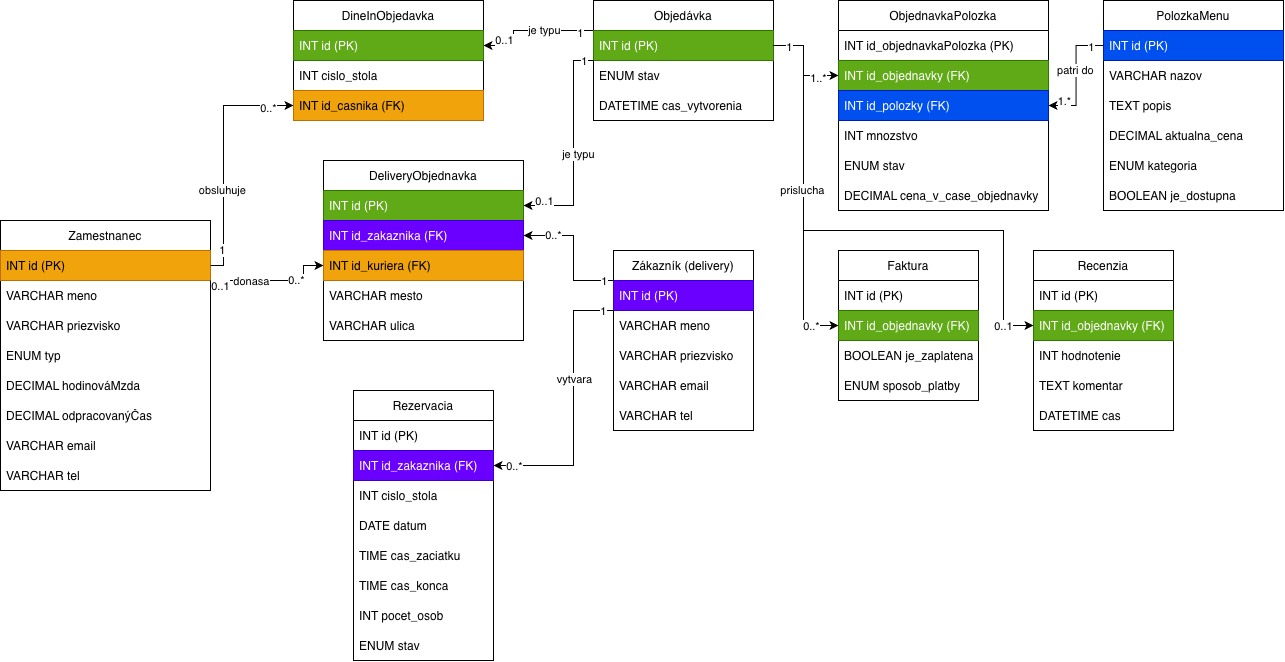
The draw.io diagram assets/relacny_model.png in xboldog/DBS-assignment, before a commit. Source tidied: cells renumbered, new cells last; positions are measured from the earlier drawing's top-left corner, leaving out a move shared by most shapes.
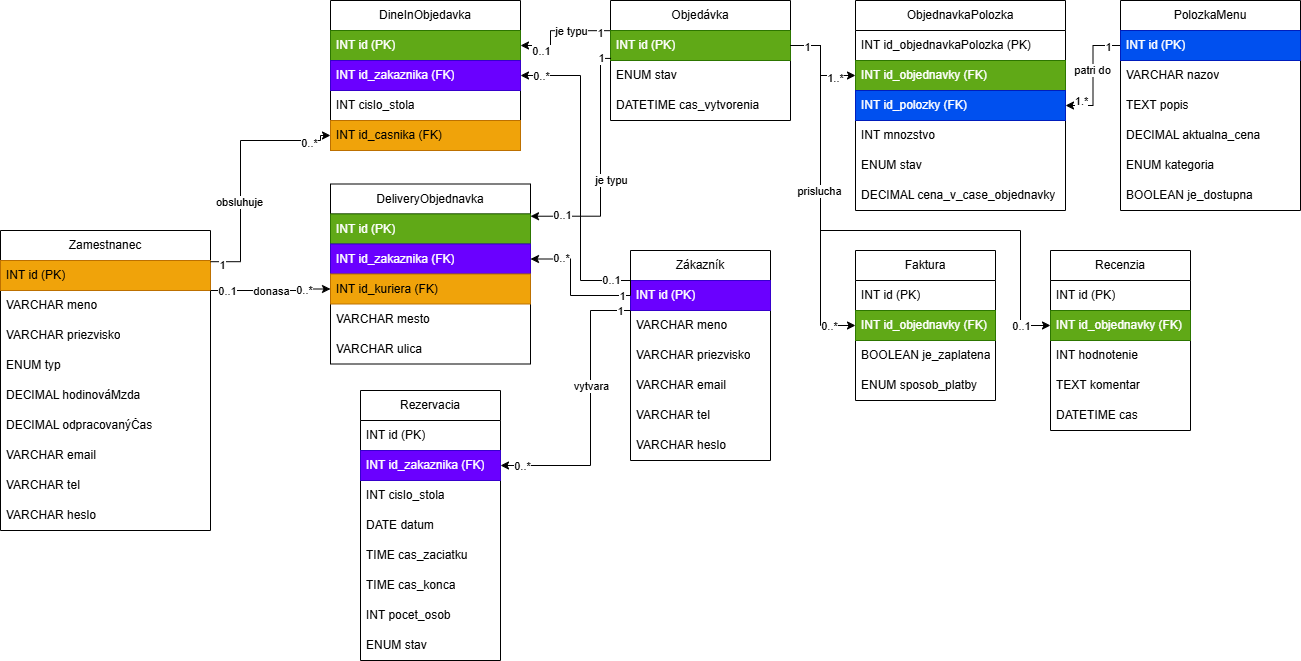
Later version of the same file.

Commit message:
Zmenenený relačný model

Change to the diagram source:
```diff
@@ -2,8 +2,8 @@
   <root>
     <mxCell id="0" />
     <mxCell id="1" parent="0" />
-    <mxCell id="2" value="Zákazník (delivery)" style="swimlane;fontStyle=0;horizontal=1;startSize=30;whiteSpace=wrap;html=1;" parent="1" vertex="1">
-      <mxGeometry x="613" y="250" width="140" height="180" as="geometry" />
+    <mxCell id="2" value="Zákazník" style="swimlane;fontStyle=0;horizontal=1;startSize=30;whiteSpace=wrap;html=1;" parent="1" vertex="1">
+      <mxGeometry x="613" y="250" width="140" height="210" as="geometry" />
     </mxCell>
     <mxCell id="3" value="INT id (PK)" style="text;strokeColor=#3700CC;fillColor=#6a00ff;align=left;verticalAlign=middle;spacingLeft=4;spacingRight=4;overflow=hidden;points=[[0,0.5],[1,0.5]];portConstraint=eastwest;whiteSpace=wrap;html=1;fontColor=#ffffff;" parent="2" vertex="1">
       <mxGeometry y="30" width="140" height="30" as="geometry" />
@@ -17,15 +17,17 @@
     <mxCell id="6" value="VARCHAR email" style="text;strokeColor=none;fillColor=none;align=left;verticalAlign=middle;spacingLeft=4;spacingRight=4;overflow=hidden;whiteSpace=wrap;html=1;" parent="2" vertex="1">
       <mxGeometry y="120" width="140" height="30" as="geometry" />
     </mxCell>
+    <mxCell id="100" value="VARCHAR tel" style="text;strokeColor=none;fillColor=none;align=left;verticalAlign=middle;spacingLeft=4;spacingRight=4;overflow=hidden;whiteSpace=wrap;html=1;" parent="2" vertex="1">
+      <mxGeometry y="150" width="140" height="30" as="geometry" />
+    </mxCell>
-    <mxCell id="7" value="VARCHAR tel" style="text;strokeColor=none;fillColor=none;align=left;verticalAlign=middle;spacingLeft=4;spacingRight=4;overflow=hidden;whiteSpace=wrap;html=1;" parent="2" vertex="1">
-      <mxGeometry y="150" width="140" height="30" as="geometry" />
+    <mxCell id="7" value="VARCHAR heslo" style="text;strokeColor=none;fillColor=none;align=left;verticalAlign=middle;spacingLeft=4;spacingRight=4;overflow=hidden;whiteSpace=wrap;html=1;" parent="2" vertex="1">
+      <mxGeometry y="180" width="140" height="30" as="geometry" />
     </mxCell>
-    <mxCell id="8" style="edgeStyle=orthogonalEdgeStyle;rounded=0;jettySize=auto;html=1;entryX=1;entryY=0.5;entryDx=0;entryDy=0;exitX=0;exitY=0.5;exitDx=0;exitDy=0;" parent="1" edge="1" source="12" target="16">
+    <mxCell id="8" style="edgeStyle=orthogonalEdgeStyle;rounded=0;jettySize=auto;html=1;entryX=1;entryY=0.5;entryDx=0;entryDy=0;exitX=0.004;exitY=0.006;exitDx=0;exitDy=0;exitPerimeter=0;" parent="1" edge="1" source="12" target="16">
       <mxGeometry relative="1" as="geometry">
         <Array as="points">
-          <mxPoint x="593" y="30" />
-          <mxPoint x="513" y="30" />
-          <mxPoint x="513" y="45" />
+          <mxPoint x="533" y="30" />
+          <mxPoint x="533" y="45" />
         </Array>
       </mxGeometry>
     </mxCell>
@@ -35,7 +37,9 @@
       </mxGeometry>
     </mxCell>
     <mxCell id="10" value="1" style="edgeLabel;html=1;align=center;verticalAlign=middle;" parent="8" vertex="1">
-      <mxGeometry x="-0.58" y="2" relative="1" as="geometry" />
+      <mxGeometry x="-0.58" y="2" relative="1" as="geometry">
+        <mxPoint x="11" as="offset" />
+      </mxGeometry>
     </mxCell>
     <mxCell id="11" value="Objedávka" style="swimlane;fontStyle=0;horizontal=1;startSize=30;whiteSpace=wrap;html=1;" parent="1" vertex="1">
       <mxGeometry x="593" width="180" height="120" as="geometry" />
@@ -50,19 +54,22 @@
       <mxGeometry y="90" width="180" height="30" as="geometry" />
     </mxCell>
     <mxCell id="15" value="DineInObjedavka" style="swimlane;fontStyle=0;horizontal=1;startSize=30;whiteSpace=wrap;html=1;" parent="1" vertex="1">
-      <mxGeometry x="293" width="190" height="120" as="geometry" />
+      <mxGeometry x="313" width="190" height="150" as="geometry" />
     </mxCell>
     <mxCell id="16" value="INT id (PK)" style="text;strokeColor=#2D7600;fillColor=#60a917;align=left;verticalAlign=middle;spacingLeft=4;spacingRight=4;overflow=hidden;points=[[0,0.5],[1,0.5]];portConstraint=eastwest;whiteSpace=wrap;html=1;fontColor=#ffffff;" parent="15" vertex="1">
       <mxGeometry y="30" width="190" height="30" as="geometry" />
     </mxCell>
+    <mxCell id="101" value="INT id_zakaznika (FK)" style="text;strokeColor=#3700CC;fillColor=#6a00ff;align=left;verticalAlign=middle;spacingLeft=4;spacingRight=4;overflow=hidden;points=[[0,0.5],[1,0.5]];portConstraint=eastwest;whiteSpace=wrap;html=1;fontColor=#ffffff;" parent="15" vertex="1">
+      <mxGeometry y="60" width="190" height="30" as="geometry" />
+    </mxCell>
     <mxCell id="17" value="INT cislo_stola" style="text;align=left;verticalAlign=middle;spacingLeft=4;spacingRight=4;overflow=hidden;whiteSpace=wrap;html=1;" parent="15" vertex="1">
-      <mxGeometry y="60" width="190" height="30" as="geometry" />
+      <mxGeometry y="90" width="190" height="30" as="geometry" />
     </mxCell>
     <mxCell id="18" value="INT id_casnika (FK)" style="text;align=left;verticalAlign=middle;spacingLeft=4;spacingRight=4;overflow=hidden;points=[[0,0.5],[1,0.5]];portConstraint=eastwest;whiteSpace=wrap;html=1;fillColor=#f0a30a;fontColor=#000000;strokeColor=#BD7000;" parent="15" vertex="1">
-      <mxGeometry y="90" width="190" height="30" as="geometry" />
+      <mxGeometry y="120" width="190" height="30" as="geometry" />
     </mxCell>
     <mxCell id="19" value="DeliveryObjednavka" style="swimlane;fontStyle=0;horizontal=1;startSize=30;whiteSpace=wrap;html=1;" parent="1" vertex="1">
-      <mxGeometry x="323" y="160" width="200" height="180" as="geometry" />
+      <mxGeometry x="313" y="183.5" width="200" height="180" as="geometry" />
     </mxCell>
     <mxCell id="20" value="INT id (PK)" style="text;strokeColor=#2D7600;fillColor=#60a917;align=left;verticalAlign=middle;spacingLeft=4;spacingRight=4;overflow=hidden;points=[[0,0.5],[1,0.5]];portConstraint=eastwest;whiteSpace=wrap;html=1;fontColor=#ffffff;" parent="19" vertex="1">
       <mxGeometry y="30" width="200" height="30" as="geometry" />
@@ -147,7 +154,7 @@
       <mxGeometry x="0.57" y="-2" relative="1" as="geometry" />
     </mxCell>
     <mxCell id="45" value="Rezervacia" style="swimlane;fontStyle=0;horizontal=1;startSize=30;whiteSpace=wrap;html=1;" parent="1" vertex="1">
-      <mxGeometry x="353" y="390" width="140" height="270" as="geometry" />
+      <mxGeometry x="343" y="390" width="140" height="270" as="geometry" />
     </mxCell>
     <mxCell id="46" value="INT id (PK)" style="text;strokeColor=none;fillColor=none;align=left;verticalAlign=middle;spacingLeft=4;spacingRight=4;overflow=hidden;whiteSpace=wrap;html=1;" parent="45" vertex="1">
       <mxGeometry y="30" width="140" height="30" as="geometry" />
@@ -241,7 +248,7 @@
       </mxGeometry>
     </mxCell>
     <mxCell id="71" value="Zamestnanec" style="swimlane;fontStyle=0;horizontal=1;startSize=30;whiteSpace=wrap;html=1;" parent="1" vertex="1">
-      <mxGeometry y="220" width="210" height="270" as="geometry" />
+      <mxGeometry x="-17" y="230" width="210" height="300" as="geometry" />
     </mxCell>
     <mxCell id="72" value="INT id (PK)" style="text;strokeColor=#BD7000;fillColor=#f0a30a;align=left;verticalAlign=middle;spacingLeft=4;spacingRight=4;overflow=hidden;points=[[0,0.5],[1,0.5]];portConstraint=eastwest;whiteSpace=wrap;html=1;fontColor=#000000;" parent="71" vertex="1">
       <mxGeometry y="30" width="210" height="30" as="geometry" />
@@ -267,53 +274,58 @@
     <mxCell id="79" value="VARCHAR tel" style="text;strokeColor=none;fillColor=none;align=left;verticalAlign=middle;spacingLeft=4;spacingRight=4;overflow=hidden;whiteSpace=wrap;html=1;" parent="71" vertex="1">
       <mxGeometry y="240" width="210" height="30" as="geometry" />
     </mxCell>
+    <mxCell id="102" value="VARCHAR heslo" style="text;strokeColor=none;fillColor=none;align=left;verticalAlign=middle;spacingLeft=4;spacingRight=4;overflow=hidden;whiteSpace=wrap;html=1;" parent="71" vertex="1">
+      <mxGeometry y="270" width="210" height="30" as="geometry" />
+    </mxCell>
-    <mxCell id="80" style="edgeStyle=orthogonalEdgeStyle;rounded=0;jettySize=auto;html=1;entryX=1;entryY=0.5;entryDx=0;entryDy=0;" parent="1" edge="1" source="12" target="20">
+    <mxCell id="80" style="edgeStyle=orthogonalEdgeStyle;rounded=0;jettySize=auto;html=1;entryX=1;entryY=0.074;entryDx=0;entryDy=0;entryPerimeter=0;exitX=0.003;exitY=0.931;exitDx=0;exitDy=0;exitPerimeter=0;" parent="1" edge="1" source="12" target="20">
       <mxGeometry relative="1" as="geometry">
         <Array as="points">
-          <mxPoint x="573" y="60" />
-          <mxPoint x="573" y="205" />
+          <mxPoint x="583" y="58" />
+          <mxPoint x="583" y="216" />
         </Array>
       </mxGeometry>
     </mxCell>
     <mxCell id="81" value="1" style="edgeLabel;html=1;align=center;verticalAlign=middle;" parent="80" vertex="1">
       <mxGeometry x="-0.92" relative="1" as="geometry">
-        <mxPoint x="-2" as="offset" />
+        <mxPoint x="-1" as="offset" />
       </mxGeometry>
     </mxCell>
     <mxCell id="82" value="0..1" style="edgeLabel;html=1;align=center;verticalAlign=middle;" parent="80" vertex="1">
       <mxGeometry x="0.93" y="-1" relative="1" as="geometry">
-        <mxPoint x="13" y="-4" as="offset" />
+        <mxPoint x="23" as="offset" />
       </mxGeometry>
     </mxCell>
     <mxCell id="83" value="je typu" style="edgeLabel;html=1;align=center;verticalAlign=middle;" parent="80" vertex="1">
       <mxGeometry x="0.05" relative="1" as="geometry">
-        <mxPoint x="-30" y="-123" as="offset" />
+        <mxPoint x="-30" y="-142" as="offset" />
       </mxGeometry>
     </mxCell>
     <mxCell id="84" value="je typu" style="edgeLabel;html=1;align=center;verticalAlign=middle;" parent="80" vertex="1">
-      <mxGeometry x="0.05" y="4" relative="1" as="geometry" />
+      <mxGeometry x="0.05" y="4" relative="1" as="geometry">
+        <mxPoint x="6" y="7" as="offset" />
+      </mxGeometry>
     </mxCell>
     <mxCell id="85" style="edgeStyle=orthogonalEdgeStyle;rounded=0;jettySize=auto;html=1;entryX=0;entryY=0.5;entryDx=0;entryDy=0;" parent="1" edge="1" source="72" target="22">
       <mxGeometry relative="1" as="geometry">
         <Array as="points">
-          <mxPoint x="303" y="280" />
-          <mxPoint x="303" y="265" />
+          <mxPoint x="293" y="290" />
+          <mxPoint x="293" y="289" />
         </Array>
       </mxGeometry>
     </mxCell>
     <mxCell id="86" value="0..*" style="edgeLabel;html=1;align=center;verticalAlign=middle;" parent="85" vertex="1">
       <mxGeometry x="0.73" relative="1" as="geometry">
-        <mxPoint x="-10" y="14" as="offset" />
+        <mxPoint x="-10" y="1" as="offset" />
       </mxGeometry>
     </mxCell>
     <mxCell id="87" value="0..1" style="edgeLabel;html=1;align=center;verticalAlign=middle;" parent="85" vertex="1">
       <mxGeometry x="-0.67" y="-2" relative="1" as="geometry">
-        <mxPoint x="-12" y="3" as="offset" />
+        <mxPoint x="-4" y="-2" as="offset" />
       </mxGeometry>
     </mxCell>
     <mxCell id="88" value="donasa" style="edgeLabel;html=1;align=center;verticalAlign=middle;" parent="85" vertex="1">
       <mxGeometry x="-0.23" y="-3" relative="1" as="geometry">
-        <mxPoint x="-8" y="-3" as="offset" />
+        <mxPoint x="13" y="-3" as="offset" />
       </mxGeometry>
     </mxCell>
     <mxCell id="89" style="edgeStyle=orthogonalEdgeStyle;rounded=0;jettySize=auto;html=1;entryX=1;entryY=0.5;entryDx=0;entryDy=0;" parent="1" edge="1" source="3" target="47">
@@ -341,28 +353,29 @@
     </mxCell>
     <mxCell id="93" style="edgeStyle=orthogonalEdgeStyle;rounded=0;jettySize=auto;html=1;entryX=1;entryY=0.5;entryDx=0;entryDy=0;" parent="1" edge="1" target="21">
       <mxGeometry relative="1" as="geometry">
-        <mxPoint x="613" y="280" as="sourcePoint" />
+        <mxPoint x="613" y="275" as="sourcePoint" />
         <Array as="points">
-          <mxPoint x="573" y="280" />
-          <mxPoint x="573" y="235" />
+          <mxPoint x="613" y="295" />
+          <mxPoint x="553" y="295" />
+          <mxPoint x="553" y="259" />
         </Array>
       </mxGeometry>
     </mxCell>
     <mxCell id="94" value="1" style="edgeLabel;html=1;align=center;verticalAlign=middle;" parent="93" vertex="1">
       <mxGeometry x="-0.75" y="1" relative="1" as="geometry">
-        <mxPoint x="7" y="-1" as="offset" />
+        <mxPoint x="-8" y="-1" as="offset" />
       </mxGeometry>
     </mxCell>
     <mxCell id="95" value="0..*" style="edgeLabel;html=1;align=center;verticalAlign=middle;" parent="93" vertex="1">
-      <mxGeometry x="0.61" y="-1" relative="1" as="geometry">
-        <mxPoint x="3" as="offset" />
-      </mxGeometry>
+      <mxGeometry x="0.61" y="-1" relative="1" as="geometry" />
     </mxCell>
-    <mxCell id="96" style="edgeStyle=orthogonalEdgeStyle;rounded=0;jettySize=auto;html=1;exitX=1;exitY=0.5;exitDx=0;exitDy=0;entryX=0;entryY=0.5;entryDx=0;entryDy=0;" parent="1" edge="1" source="72" target="18">
+    <mxCell id="96" style="edgeStyle=orthogonalEdgeStyle;rounded=0;jettySize=auto;html=1;entryX=0;entryY=0.5;entryDx=0;entryDy=0;exitX=1;exitY=0.104;exitDx=0;exitDy=0;exitPerimeter=0;" parent="1" edge="1" source="71" target="18">
       <mxGeometry relative="1" as="geometry">
         <Array as="points">
-          <mxPoint x="223" y="265" />
-          <mxPoint x="223" y="105" />
+          <mxPoint x="223" y="261" />
+          <mxPoint x="223" y="140" />
+          <mxPoint x="303" y="140" />
+          <mxPoint x="303" y="135" />
         </Array>
       </mxGeometry>
     </mxCell>
@@ -375,7 +388,27 @@
       <mxGeometry x="-0.27" y="2" relative="1" as="geometry" />
     </mxCell>
     <mxCell id="99" value="1" style="edgeLabel;html=1;align=center;verticalAlign=middle;" parent="96" vertex="1">
-      <mxGeometry x="-0.76" y="2" relative="1" as="geometry" />
+      <mxGeometry x="-0.76" y="2" relative="1" as="geometry">
+        <mxPoint x="-18" y="5" as="offset" />
+      </mxGeometry>
     </mxCell>
+    <mxCell id="103" style="edgeStyle=orthogonalEdgeStyle;rounded=0;jettySize=auto;html=1;entryX=1;entryY=0.5;entryDx=0;entryDy=0;" parent="1" edge="1" source="3" target="101">
+      <mxGeometry relative="1" as="geometry">
+        <Array as="points">
+          <mxPoint x="563" y="280" />
+          <mxPoint x="563" y="75" />
+        </Array>
+      </mxGeometry>
+    </mxCell>
+    <mxCell id="104" value="0..1" style="edgeLabel;html=1;align=center;verticalAlign=middle;" parent="103" vertex="1">
+      <mxGeometry x="-0.94" y="-1" relative="1" as="geometry">
+        <mxPoint x="-11" as="offset" />
+      </mxGeometry>
+    </mxCell>
+    <mxCell id="105" value="0..*" style="edgeLabel;html=1;align=center;verticalAlign=middle;" parent="103" vertex="1">
+      <mxGeometry x="0.9" relative="1" as="geometry">
+        <mxPoint x="4" as="offset" />
+      </mxGeometry>
+    </mxCell>
   </root>
 </mxGraphModel>
```
